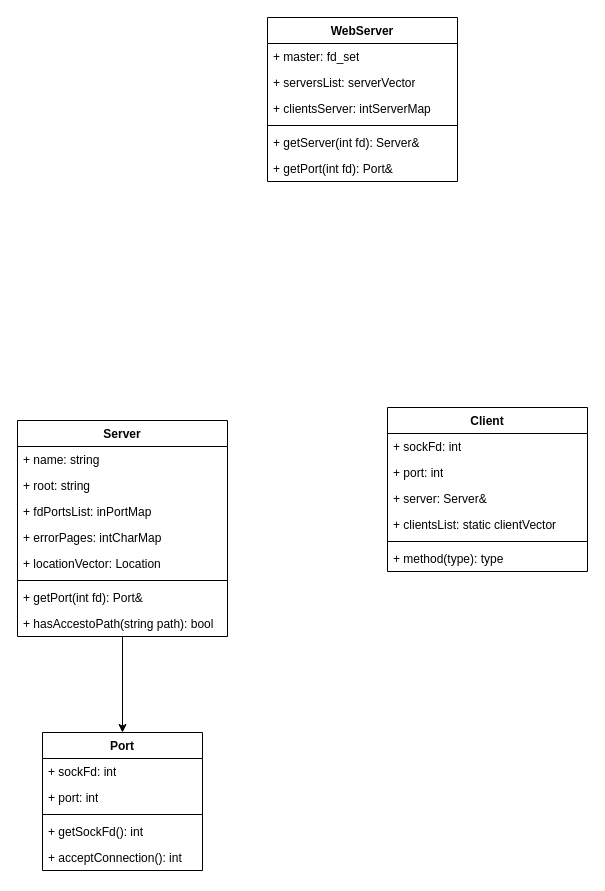
This is WebServer.drawio from otaola03/WebServer, a draw.io file, before an edit. Source tidied: cells renumbered, new cells numbered last; positions are measured from the earlier drawing's top-left corner, leaving out a move shared by most shapes. Both pictures are drawn from the tidied source at 100%, with x=0, y=0 at pixel (17, 17).
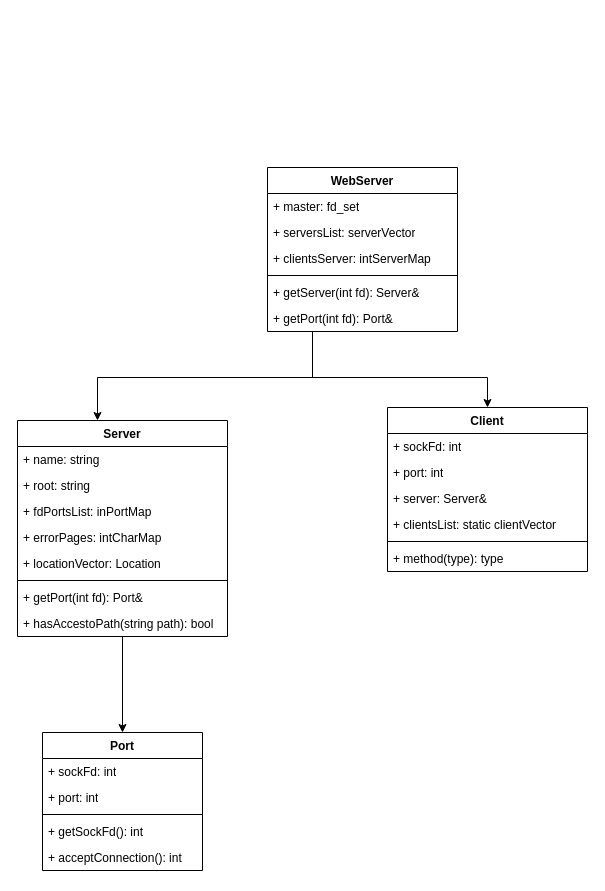
The same diagram, later.

The change refers to these unchanged cells:
```xml
<mxCell id="10" value="Server" style="swimlane;fontStyle=1;align=center;verticalAlign=top;horizontal=1;startSize=26;whiteSpace=wrap;html=1;" parent="1" vertex="1">
  <mxGeometry y="403" width="210" height="216" as="geometry" />
</mxCell>
<mxCell id="25" value="Client" style="swimlane;fontStyle=1;align=center;verticalAlign=top;horizontal=1;startSize=26;whiteSpace=wrap;html=1;" parent="1" vertex="1">
  <mxGeometry x="370" y="390" width="200" height="164" as="geometry" />
</mxCell>
```

Change to the diagram source:
```diff
@@
+    <mxCell id="32" style="edgeStyle=orthogonalEdgeStyle;rounded=0;jettySize=auto;html=1;" parent="1" edge="1" source="2" target="10">
+      <mxGeometry relative="1" as="geometry">
+        <Array as="points">
+          <mxPoint x="295" y="360" />
+          <mxPoint x="80" y="360" />
+        </Array>
+      </mxGeometry>
+    </mxCell>
+    <mxCell id="33" style="edgeStyle=orthogonalEdgeStyle;rounded=0;jettySize=auto;html=1;" parent="1" edge="1" source="2" target="25">
+      <mxGeometry relative="1" as="geometry">
+        <Array as="points">
+          <mxPoint x="295" y="360" />
+          <mxPoint x="470" y="360" />
+        </Array>
+      </mxGeometry>
+    </mxCell>
     <mxCell id="2" value="WebServer" style="swimlane;fontStyle=1;align=center;verticalAlign=top;horizontal=1;startSize=26;whiteSpace=wrap;html=1;" parent="1" vertex="1">
-      <mxGeometry x="250" width="190" height="164" as="geometry" />
+      <mxGeometry x="250" y="150" width="190" height="164" as="geometry" />
     </mxCell>
```
